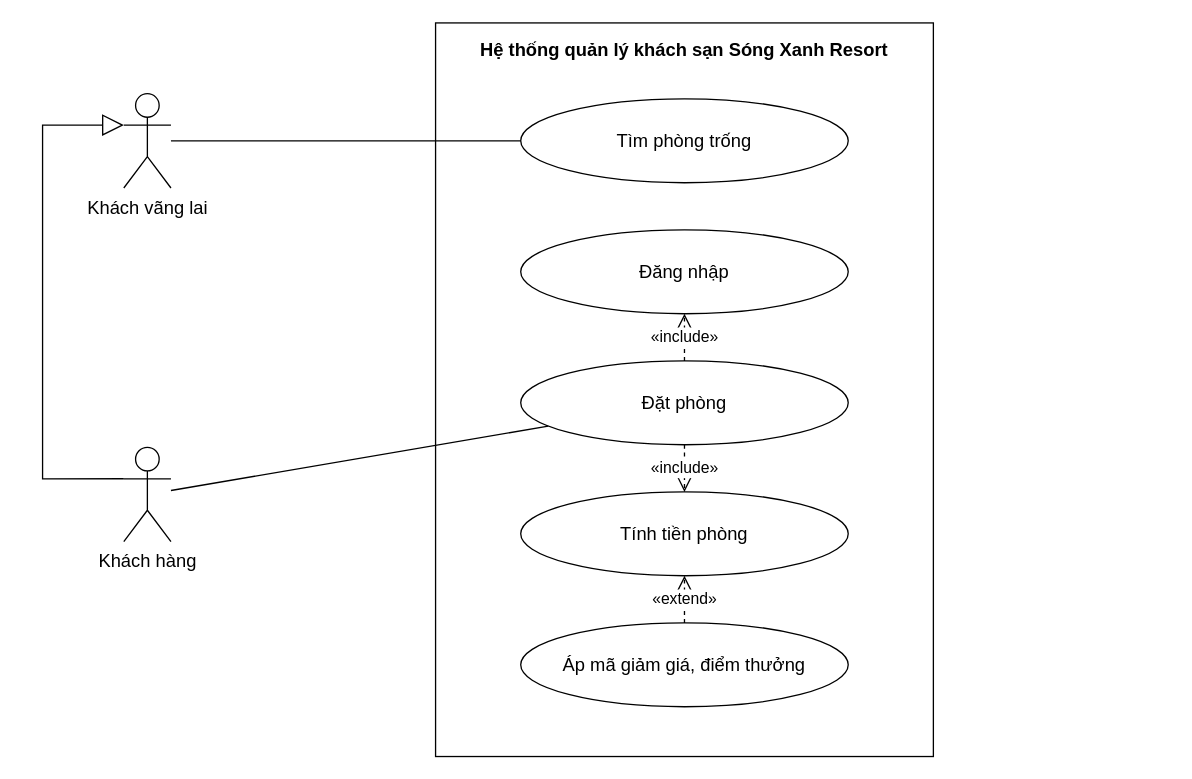
ngynquchn2511/beach-hotel keeps this draw.io diagram as docs/use-case/uc1-dat-phong.drawio. Above is the earlier version. Source tidied: cells renumbered, new cells numbered last; positions are measured from the earlier drawing's top-left corner, leaving out a move shared by most shapes. Both pictures are drawn from the tidied source at 131%, with x=0, y=0 at pixel (42, 22).
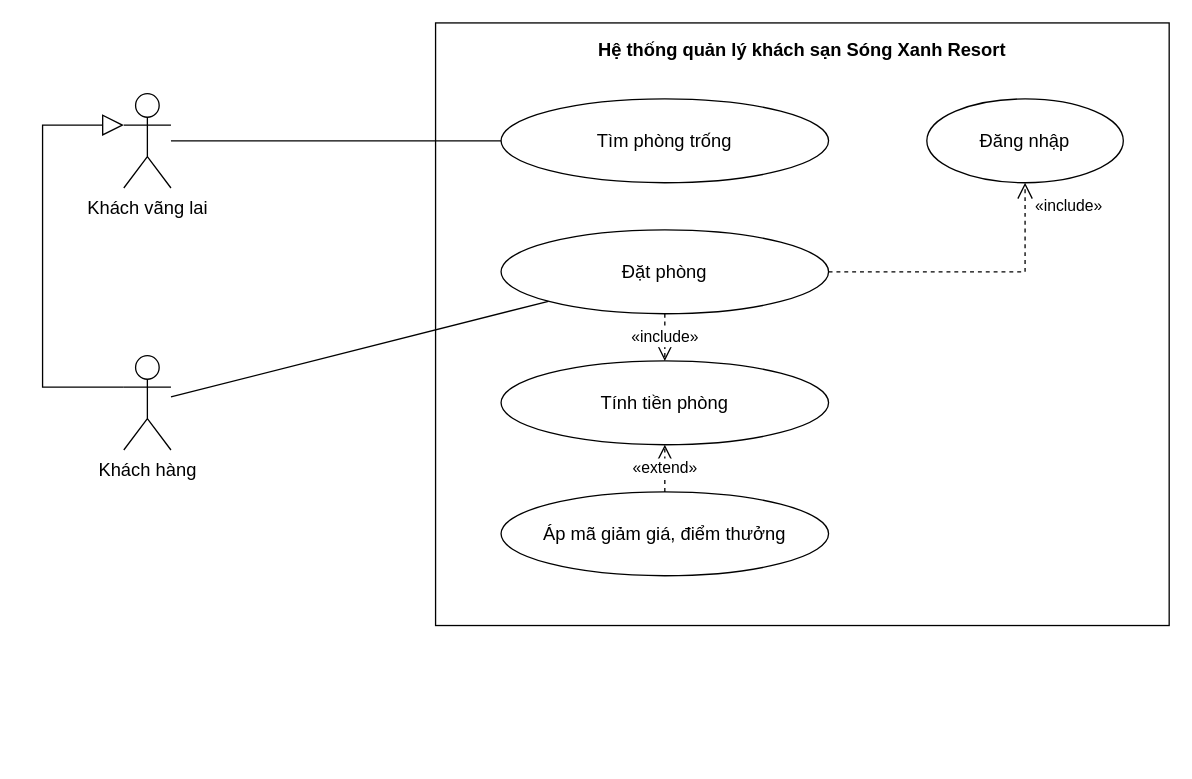
The same diagram, later.

What changed in the source:
```diff
@@
 <mxGraphModel background="#FFFFFF">
   <root>
     <mxCell id="0" />
     <mxCell id="1" parent="0" />
     <mxCell id="2" value="Hệ thống quản lý khách sạn Sóng Xanh Resort" style="fontFamily=Arial;fontColor=#000000;rounded=0;whiteSpace=wrap;html=1;verticalAlign=top;fontStyle=1;fontSize=14;fillColor=none;strokeColor=#000000;spacingTop=6;" parent="1" vertex="1">
-      <mxGeometry x="300" width="380" height="560" as="geometry" />
+      <mxGeometry x="300" width="560" height="460" as="geometry" />
     </mxCell>
     <mxCell id="3" value="Tìm phòng trống" style="fontFamily=Arial;fontColor=#000000;ellipse;whiteSpace=wrap;html=1;fillColor=#FFFFFF;strokeColor=#000000;fontSize=14;" parent="1" vertex="1">
-      <mxGeometry x="365" y="58" width="250" height="64" as="geometry" />
+      <mxGeometry x="350" y="58" width="250" height="64" as="geometry" />
     </mxCell>
-    <mxCell id="4" value="Đăng nhập" style="fontFamily=Arial;fontColor=#000000;ellipse;whiteSpace=wrap;html=1;fillColor=#FFFFFF;strokeColor=#000000;fontSize=14;" parent="1" vertex="1">
-      <mxGeometry x="365" y="158" width="250" height="64" as="geometry" />
+    <mxCell id="4" value="Đặt phòng" style="fontFamily=Arial;fontColor=#000000;ellipse;whiteSpace=wrap;html=1;fillColor=#FFFFFF;strokeColor=#000000;fontSize=14;" parent="1" vertex="1">
+      <mxGeometry x="350" y="158" width="250" height="64" as="geometry" />
     </mxCell>
-    <mxCell id="5" value="Đặt phòng" style="fontFamily=Arial;fontColor=#000000;ellipse;whiteSpace=wrap;html=1;fillColor=#FFFFFF;strokeColor=#000000;fontSize=14;" parent="1" vertex="1">
-      <mxGeometry x="365" y="258" width="250" height="64" as="geometry" />
+    <mxCell id="5" value="Tính tiền phòng" style="fontFamily=Arial;fontColor=#000000;ellipse;whiteSpace=wrap;html=1;fillColor=#FFFFFF;strokeColor=#000000;fontSize=14;" parent="1" vertex="1">
+      <mxGeometry x="350" y="258" width="250" height="64" as="geometry" />
     </mxCell>
-    <mxCell id="6" value="Tính tiền phòng" style="fontFamily=Arial;fontColor=#000000;ellipse;whiteSpace=wrap;html=1;fillColor=#FFFFFF;strokeColor=#000000;fontSize=14;" parent="1" vertex="1">
-      <mxGeometry x="365" y="358" width="250" height="64" as="geometry" />
+    <mxCell id="6" value="Áp mã giảm giá, điểm thưởng" style="fontFamily=Arial;fontColor=#000000;ellipse;whiteSpace=wrap;html=1;fillColor=#FFFFFF;strokeColor=#000000;fontSize=14;" parent="1" vertex="1">
+      <mxGeometry x="350" y="358" width="250" height="64" as="geometry" />
     </mxCell>
-    <mxCell id="7" value="Áp mã giảm giá, điểm thưởng" style="fontFamily=Arial;fontColor=#000000;ellipse;whiteSpace=wrap;html=1;fillColor=#FFFFFF;strokeColor=#000000;fontSize=14;" parent="1" vertex="1">
-      <mxGeometry x="365" y="458" width="250" height="64" as="geometry" />
+    <mxCell id="7" value="Đăng nhập" style="fontFamily=Arial;fontColor=#000000;ellipse;whiteSpace=wrap;html=1;fillColor=#FFFFFF;strokeColor=#000000;fontSize=14;" parent="1" vertex="1">
+      <mxGeometry x="675" y="58" width="150" height="64" as="geometry" />
     </mxCell>
+    <mxCell id="16" style="fontFamily=Arial;fontColor=#000000;endArrow=open;endSize=10;dashed=1;html=1;strokeColor=#000000;rounded=0;fontSize=12;labelBackgroundColor=#FFFFFF;exitX=1;exitY=0.5;exitDx=0;exitDy=0;exitPerimeter=0;entryX=0.5;entryY=1;entryDx=0;entryDy=0;entryPerimeter=0;" parent="1" edge="1" source="4" target="7">
+      <mxGeometry relative="1" as="geometry">
+        <Array as="points">
+          <mxPoint x="750" y="190" />
+        </Array>
+      </mxGeometry>
+    </mxCell>
+    <mxCell id="9" value="«include»" style="fontFamily=Arial;fontColor=#000000;text;html=1;align=left;verticalAlign=middle;fontSize=12;strokeColor=none;fillColor=none;" parent="1" vertex="1">
+      <mxGeometry x="756" y="130" width="80" height="20" as="geometry" />
+    </mxCell>
     <mxCell id="8" value="Khách vãng lai" style="fontFamily=Arial;fontColor=#000000;shape=umlActor;verticalLabelPosition=bottom;verticalAlign=top;html=1;outlineConnect=0;fillColor=#FFFFFF;strokeColor=#000000;fontSize=14;" parent="1" vertex="1">
       <mxGeometry x="62" y="54" width="36" height="72" as="geometry" />
     </mxCell>
-    <mxCell id="9" value="Khách hàng" style="fontFamily=Arial;fontColor=#000000;shape=umlActor;verticalLabelPosition=bottom;verticalAlign=top;html=1;outlineConnect=0;fillColor=#FFFFFF;strokeColor=#000000;fontSize=14;" parent="1" vertex="1">
-      <mxGeometry x="62" y="324" width="36" height="72" as="geometry" />
-    </mxCell>
-    <mxCell id="10" style="fontFamily=Arial;fontColor=#000000;endArrow=none;html=1;strokeColor=#000000;rounded=0;" parent="1" edge="1" source="8" target="3">
-      <mxGeometry relative="1" as="geometry" />
-    </mxCell>
-    <mxCell id="11" style="fontFamily=Arial;fontColor=#000000;endArrow=none;html=1;strokeColor=#000000;rounded=0;" parent="1" edge="1" source="9" target="5">
-      <mxGeometry relative="1" as="geometry" />
-    </mxCell>
+    <mxCell id="17" value="Khách hàng" style="fontFamily=Arial;fontColor=#000000;shape=umlActor;verticalLabelPosition=bottom;verticalAlign=top;html=1;outlineConnect=0;fillColor=#FFFFFF;strokeColor=#000000;fontSize=14;" parent="1" vertex="1">
+      <mxGeometry x="62" y="254" width="36" height="72" as="geometry" />
+    </mxCell>
-    <mxCell id="12" value="«include»" style="fontFamily=Arial;fontColor=#000000;endArrow=open;endSize=10;dashed=1;html=1;strokeColor=#000000;rounded=0;fontSize=12;labelBackgroundColor=#FFFFFF;exitX=0.5;exitY=0;exitDx=0;exitDy=0;exitPerimeter=0;entryX=0.5;entryY=1;entryDx=0;entryDy=0;entryPerimeter=0;" parent="1" edge="1" source="5" target="4">
+    <mxCell id="12" style="fontFamily=Arial;fontColor=#000000;endArrow=none;html=1;strokeColor=#000000;rounded=0;" parent="1" edge="1" source="8" target="3">
       <mxGeometry relative="1" as="geometry" />
     </mxCell>
-    <mxCell id="13" style="fontFamily=Arial;fontColor=#000000;endArrow=block;endSize=14;endFill=0;html=1;strokeColor=#000000;rounded=0;exitX=0;exitY=0.333;exitDx=0;exitDy=0;exitPerimeter=0;entryX=0;entryY=0.333;entryDx=0;entryDy=0;entryPerimeter=0;" parent="1" edge="1" source="9" target="8">
-      <mxGeometry relative="1" as="geometry">
-        <Array as="points">
-          <mxPoint y="348" />
-          <mxPoint y="78" />
-        </Array>
-      </mxGeometry>
+    <mxCell id="13" style="fontFamily=Arial;fontColor=#000000;endArrow=none;html=1;strokeColor=#000000;rounded=0;" parent="1" edge="1" source="17" target="4">
+      <mxGeometry relative="1" as="geometry" />
     </mxCell>
-    <mxCell id="14" value="«include»" style="fontFamily=Arial;fontColor=#000000;endArrow=open;endSize=10;dashed=1;html=1;strokeColor=#000000;rounded=0;fontSize=12;labelBackgroundColor=#FFFFFF;exitX=0.5;exitY=1;exitDx=0;exitDy=0;exitPerimeter=0;entryX=0.5;entryY=0;entryDx=0;entryDy=0;entryPerimeter=0;" parent="1" edge="1" source="5" target="6">
-      <mxGeometry relative="1" as="geometry" />
+    <mxCell id="14" style="fontFamily=Arial;fontColor=#000000;endArrow=block;endSize=14;endFill=0;html=1;strokeColor=#000000;rounded=0;exitX=0;exitY=0.333;exitDx=0;exitDy=0;exitPerimeter=0;entryX=0;entryY=0.333;entryDx=0;entryDy=0;entryPerimeter=0;" parent="1" edge="1" source="17" target="8">
+      <mxGeometry relative="1" as="geometry">
+        <Array as="points">
+          <mxPoint y="278" />
+          <mxPoint y="78" />
+        </Array>
+      </mxGeometry>
     </mxCell>
-    <mxCell id="15" value="«extend»" style="fontFamily=Arial;fontColor=#000000;endArrow=open;endSize=10;dashed=1;html=1;strokeColor=#000000;rounded=0;fontSize=12;labelBackgroundColor=#FFFFFF;exitX=0.5;exitY=0;exitDx=0;exitDy=0;exitPerimeter=0;entryX=0.5;entryY=1;entryDx=0;entryDy=0;entryPerimeter=0;" parent="1" edge="1" source="7" target="6">
+    <mxCell id="15" value="«include»" style="fontFamily=Arial;fontColor=#000000;endArrow=open;endSize=10;dashed=1;html=1;strokeColor=#000000;rounded=0;fontSize=12;labelBackgroundColor=#FFFFFF;exitX=0.5;exitY=1;exitDx=0;exitDy=0;exitPerimeter=0;entryX=0.5;entryY=0;entryDx=0;entryDy=0;entryPerimeter=0;" parent="1" edge="1" source="4" target="5">
       <mxGeometry relative="1" as="geometry" />
     </mxCell>
+    <mxCell id="18" value="«extend»" style="fontFamily=Arial;fontColor=#000000;endArrow=open;endSize=10;dashed=1;html=1;strokeColor=#000000;rounded=0;fontSize=12;labelBackgroundColor=#FFFFFF;exitX=0.5;exitY=0;exitDx=0;exitDy=0;exitPerimeter=0;entryX=0.5;entryY=1;entryDx=0;entryDy=0;entryPerimeter=0;" parent="1" edge="1" source="6" target="5">
+      <mxGeometry relative="1" as="geometry" />
+    </mxCell>
   </root>
 </mxGraphModel>
```
